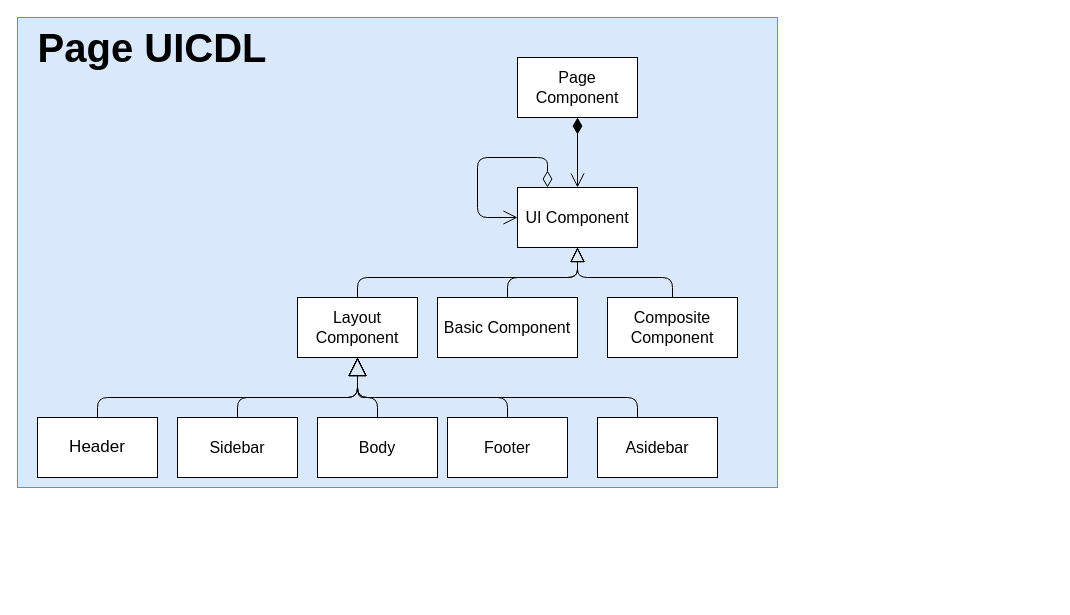
Earlier version of the draw.io diagram componentHierarchy.drawio (MingHsuan0313/UI-Design-Client). Source tidied: cells renumbered, new cells numbered last; positions are measured from the earlier drawing's top-left corner, leaving out a move shared by most shapes. Both pictures are drawn from the tidied source at 100%, with x=0, y=0 at pixel (17, 17).
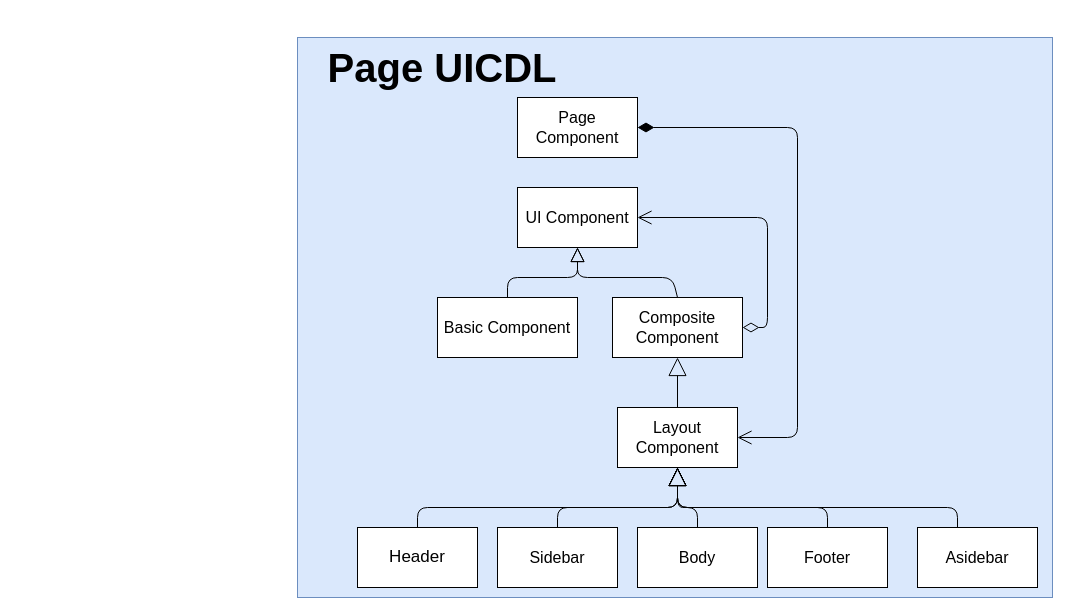
After the change.

The change refers to these unchanged cells:
```xml
<mxCell id="9" value="&lt;font style=&quot;font-size: 16px&quot;&gt;UI Component&lt;/font&gt;" style="rounded=0;whiteSpace=wrap;html=1;" parent="1" vertex="1">
  <mxGeometry x="500" y="170" width="120" height="60" as="geometry" />
</mxCell>
```

Diff of the diagram source:
```diff
@@
     <mxCell id="2" style="rounded=0;whiteSpace=wrap;html=1;fillColor=#dae8fc;strokeColor=#6c8ebf;" parent="1" vertex="1">
-      <mxGeometry width="760" height="470" as="geometry" />
+      <mxGeometry x="280" y="20" width="755" height="560" as="geometry" />
     </mxCell>
     <mxCell id="3" value="&lt;font style=&quot;font-size: 16px&quot;&gt;Page Component&lt;/font&gt;" style="rounded=0;whiteSpace=wrap;html=1;" parent="1" vertex="1">
-      <mxGeometry x="500" y="40" width="120" height="60" as="geometry" />
+      <mxGeometry x="500" y="80" width="120" height="60" as="geometry" />
     </mxCell>
     <mxCell id="4" value="&lt;font style=&quot;font-size: 16px&quot;&gt;Layout Component&lt;/font&gt;" style="rounded=0;whiteSpace=wrap;html=1;" parent="1" vertex="1">
-      <mxGeometry x="280" y="280" width="120" height="60" as="geometry" />
+      <mxGeometry x="600" y="390" width="120" height="60" as="geometry" />
     </mxCell>
     <mxCell id="5" value="&lt;font style=&quot;font-size: 17px&quot;&gt;Header&lt;/font&gt;" style="rounded=0;whiteSpace=wrap;html=1;" parent="1" vertex="1">
-      <mxGeometry x="20" y="400" width="120" height="60" as="geometry" />
+      <mxGeometry x="340" y="510" width="120" height="60" as="geometry" />
     </mxCell>
     <mxCell id="6" value="&lt;font style=&quot;font-size: 16px&quot;&gt;Asidebar&lt;/font&gt;" style="rounded=0;whiteSpace=wrap;html=1;" parent="1" vertex="1">
-      <mxGeometry x="580" y="400" width="120" height="60" as="geometry" />
+      <mxGeometry x="900" y="510" width="120" height="60" as="geometry" />
     </mxCell>
     <mxCell id="7" value="&lt;font style=&quot;font-size: 16px&quot;&gt;Footer&lt;/font&gt;" style="rounded=0;whiteSpace=wrap;html=1;" parent="1" vertex="1">
-      <mxGeometry x="430" y="400" width="120" height="60" as="geometry" />
+      <mxGeometry x="750" y="510" width="120" height="60" as="geometry" />
     </mxCell>
     <mxCell id="8" value="&lt;font style=&quot;font-size: 16px&quot;&gt;Sidebar&lt;/font&gt;" style="rounded=0;whiteSpace=wrap;html=1;" parent="1" vertex="1">
-      <mxGeometry x="160" y="400" width="120" height="60" as="geometry" />
+      <mxGeometry x="480" y="510" width="120" height="60" as="geometry" />
     </mxCell>
@@
     <mxCell id="11" value="&lt;font style=&quot;font-size: 16px&quot;&gt;Composite Component&lt;/font&gt;" style="rounded=0;whiteSpace=wrap;html=1;" parent="1" vertex="1">
-      <mxGeometry x="590" y="280" width="130" height="60" as="geometry" />
+      <mxGeometry x="595" y="280" width="130" height="60" as="geometry" />
     </mxCell>
     <mxCell id="12" value="&lt;font style=&quot;font-size: 16px&quot;&gt;Body&lt;/font&gt;" style="rounded=0;whiteSpace=wrap;html=1;" parent="1" vertex="1">
-      <mxGeometry x="300" y="400" width="120" height="60" as="geometry" />
+      <mxGeometry x="620" y="510" width="120" height="60" as="geometry" />
     </mxCell>
@@
-    <mxCell id="15" value="1" style="endArrow=open;html=1;endSize=12;startArrow=diamondThin;startSize=14;startFill=0;edgeStyle=orthogonalEdgeStyle;align=left;verticalAlign=bottom;entryX=0;entryY=0.5;entryDx=0;entryDy=0;noLabel=1;fontColor=none;exitX=0.25;exitY=0;exitDx=0;exitDy=0;" parent="1" edge="1" source="9" target="9">
+    <mxCell id="15" value="1" style="endArrow=open;html=1;endSize=12;startArrow=diamondThin;startSize=14;startFill=0;edgeStyle=orthogonalEdgeStyle;align=left;verticalAlign=bottom;noLabel=1;fontColor=none;exitX=1;exitY=0.5;exitDx=0;exitDy=0;" parent="1" edge="1" source="11">
       <mxGeometry x="-1" y="3" relative="1" as="geometry">
+        <mxPoint x="620" y="200" as="targetPoint" />
         <Array as="points">
-          <mxPoint x="530" y="140" />
-          <mxPoint x="460" y="140" />
-          <mxPoint x="460" y="200" />
+          <mxPoint x="750" y="310" />
+          <mxPoint x="750" y="200" />
         </Array>
       </mxGeometry>
     </mxCell>
     <mxCell id="16" value="Extends" style="endArrow=block;endSize=16;endFill=0;html=1;exitX=0.5;exitY=0;exitDx=0;exitDy=0;entryX=0.5;entryY=1;entryDx=0;entryDy=0;noLabel=1;fontColor=none;" parent="1" edge="1" source="5" target="4">
       <mxGeometry relative="1" as="geometry">
         <Array as="points">
-          <mxPoint x="80" y="380" />
-          <mxPoint x="340" y="380" />
+          <mxPoint x="400" y="490" />
+          <mxPoint x="660" y="490" />
         </Array>
       </mxGeometry>
     </mxCell>
     <mxCell id="17" value="Extends" style="endArrow=block;endSize=16;endFill=0;html=1;exitX=0.5;exitY=0;exitDx=0;exitDy=0;entryX=0.5;entryY=1;entryDx=0;entryDy=0;noLabel=1;fontColor=none;" parent="1" edge="1" source="8" target="4">
       <mxGeometry relative="1" as="geometry">
         <Array as="points">
-          <mxPoint x="220" y="380" />
-          <mxPoint x="340" y="380" />
+          <mxPoint x="540" y="490" />
+          <mxPoint x="660" y="490" />
         </Array>
       </mxGeometry>
     </mxCell>
     <mxCell id="18" value="Extends" style="endArrow=block;endSize=16;endFill=0;html=1;exitX=0.5;exitY=0;exitDx=0;exitDy=0;entryX=0.5;entryY=1;entryDx=0;entryDy=0;noLabel=1;fontColor=none;" parent="1" edge="1" source="7" target="4">
       <mxGeometry relative="1" as="geometry">
         <Array as="points">
-          <mxPoint x="490" y="380" />
-          <mxPoint x="340" y="380" />
+          <mxPoint x="810" y="490" />
+          <mxPoint x="660" y="490" />
         </Array>
       </mxGeometry>
     </mxCell>
     <mxCell id="19" value="Extends" style="endArrow=block;endSize=16;endFill=0;html=1;exitX=0.5;exitY=0;exitDx=0;exitDy=0;entryX=0.5;entryY=1;entryDx=0;entryDy=0;noLabel=1;fontColor=none;" parent="1" edge="1" target="4">
       <mxGeometry relative="1" as="geometry">
-        <mxPoint x="620" y="400" as="sourcePoint" />
+        <mxPoint x="940" y="510" as="sourcePoint" />
         <Array as="points">
-          <mxPoint x="620" y="380" />
-          <mxPoint x="340" y="380" />
+          <mxPoint x="940" y="490" />
+          <mxPoint x="660" y="490" />
         </Array>
       </mxGeometry>
     </mxCell>
     <mxCell id="20" value="Extends" style="endArrow=block;endSize=16;endFill=0;html=1;exitX=0.5;exitY=0;exitDx=0;exitDy=0;noLabel=1;fontColor=none;" parent="1" edge="1" source="12">
       <mxGeometry relative="1" as="geometry">
-        <mxPoint x="340" y="340" as="targetPoint" />
+        <mxPoint x="660" y="450" as="targetPoint" />
         <Array as="points">
-          <mxPoint x="360" y="380" />
-          <mxPoint x="340" y="380" />
+          <mxPoint x="680" y="490" />
+          <mxPoint x="660" y="490" />
         </Array>
       </mxGeometry>
     </mxCell>
-    <mxCell id="21" value="1" style="endArrow=open;html=1;endSize=12;startArrow=diamondThin;startSize=14;startFill=1;edgeStyle=orthogonalEdgeStyle;align=left;verticalAlign=bottom;exitX=0.5;exitY=1;exitDx=0;exitDy=0;entryX=0.5;entryY=0;entryDx=0;entryDy=0;noLabel=1;fontColor=none;" parent="1" edge="1" source="3" target="9">
-      <mxGeometry x="-1" y="3" relative="1" as="geometry" />
+    <mxCell id="21" value="1" style="endArrow=open;html=1;endSize=12;startArrow=diamondThin;startSize=14;startFill=1;edgeStyle=orthogonalEdgeStyle;align=left;verticalAlign=bottom;exitX=1;exitY=0.5;exitDx=0;exitDy=0;entryX=1;entryY=0.5;entryDx=0;entryDy=0;noLabel=1;fontColor=none;" parent="1" edge="1" source="3" target="4">
+      <mxGeometry x="-1" y="3" relative="1" as="geometry">
+        <Array as="points">
+          <mxPoint x="780" y="110" />
+          <mxPoint x="780" y="420" />
+        </Array>
+      </mxGeometry>
     </mxCell>
     <mxCell id="22" value="&lt;font style=&quot;font-size: 40px&quot;&gt;Page UICDL&lt;/font&gt;" style="text;html=1;strokeColor=none;fillColor=none;align=center;verticalAlign=middle;whiteSpace=wrap;rounded=0;fontColor=none;fontStyle=1;" parent="1" vertex="1">
-      <mxGeometry x="10" y="20" width="250" height="20" as="geometry" />
+      <mxGeometry x="300" y="40" width="250" height="20" as="geometry" />
     </mxCell>
-    <mxCell id="23" style="endArrow=block;endFill=0;endSize=12;html=1;exitX=0.5;exitY=0;exitDx=0;exitDy=0;" parent="1" edge="1" source="4">
-      <mxGeometry relative="1" as="geometry">
-        <mxPoint x="560" y="230" as="targetPoint" />
-        <Array as="points">
-          <mxPoint x="340" y="260" />
-          <mxPoint x="560" y="260" />
-        </Array>
-      </mxGeometry>
-    </mxCell>
+    <mxCell id="24" value="Extends" style="endArrow=block;endSize=16;endFill=0;html=1;exitX=0.5;exitY=0;exitDx=0;exitDy=0;noLabel=1;fontColor=none;entryX=0.5;entryY=1;entryDx=0;entryDy=0;" parent="1" edge="1" source="4" target="11">
+      <mxGeometry relative="1" as="geometry" />
+    </mxCell>
```
